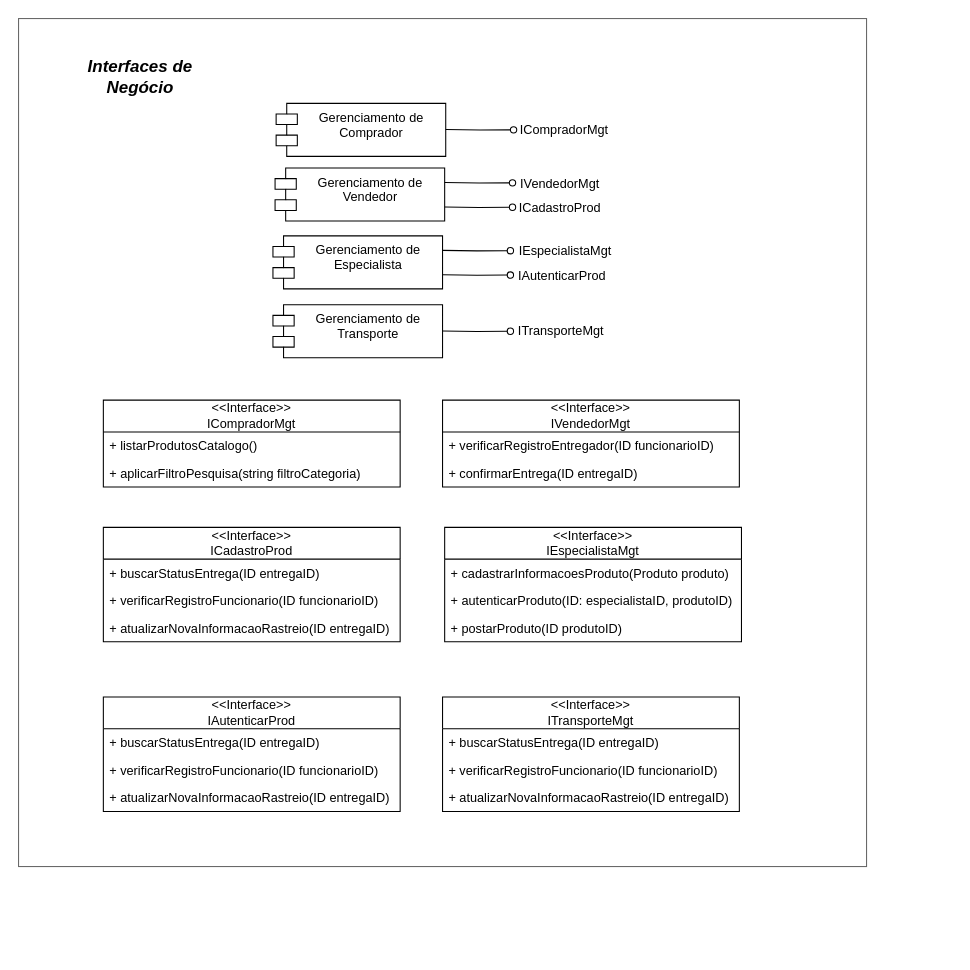
Earlier version of the draw.io diagram page "Operações das Interfaces de Negócio" (8 of 9) of DiagramasDeModelagem.drawio (luca-moraes/projetoCorintoModelagem). Source tidied: cells renumbered, new cells numbered last; positions are measured from the earlier drawing's top-left corner, leaving out a move shared by most shapes. Both pictures are drawn from the tidied source at 106%, with x=0, y=0 at pixel (18, 18).
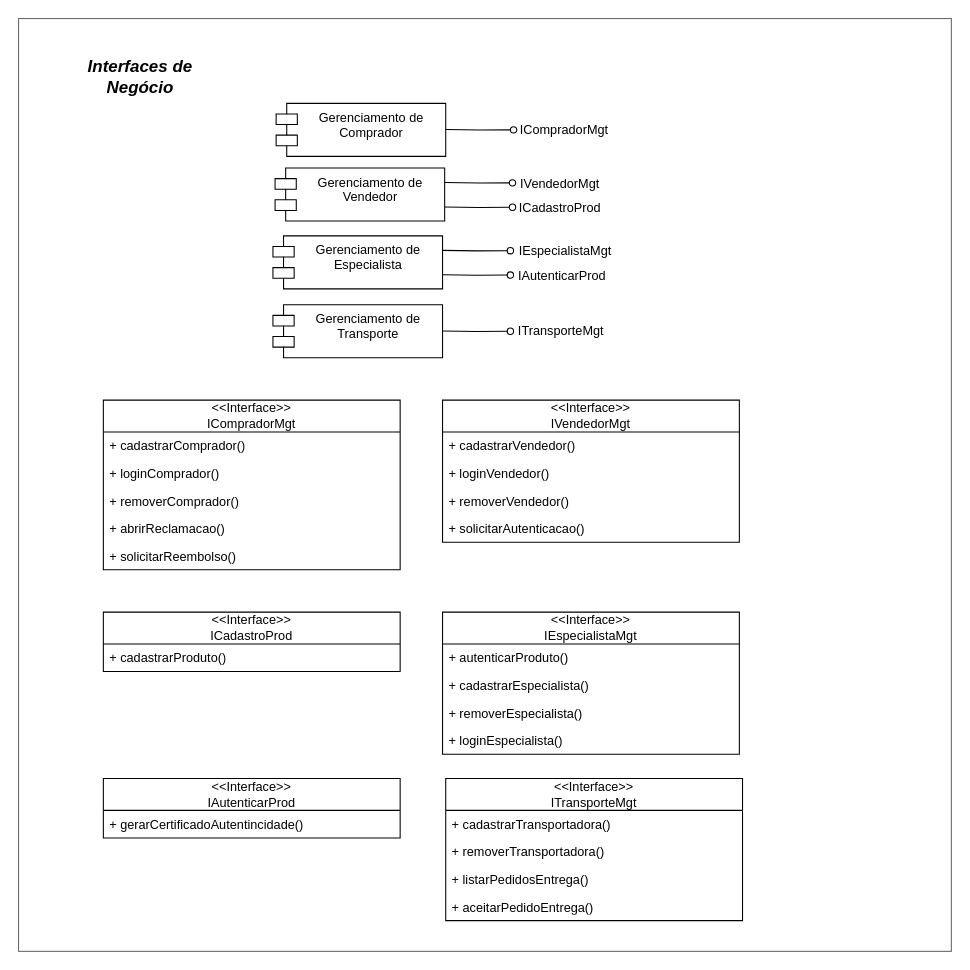
The same diagram, later.

What changed in the source:
```diff
@@
     <mxCell id="2" style="whiteSpace=wrap;html=1;opacity=60;" parent="1" vertex="1">
-      <mxGeometry width="800" height="800" as="geometry" />
+      <mxGeometry width="880" height="880" as="geometry" />
     </mxCell>
     <mxCell id="3" value="&amp;lt;&amp;lt;Interface&amp;gt;&amp;gt;&lt;br&gt;ICompradorMgt" style="swimlane;fontStyle=0;horizontal=1;startSize=30;fillColor=none;whiteSpace=wrap;html=1;" parent="1" vertex="1">
-      <mxGeometry x="80" y="360" width="280" height="82" as="geometry" />
+      <mxGeometry x="80" y="360" width="280" height="160" as="geometry" />
     </mxCell>
-    <mxCell id="4" value="+ listarProdutosCatalogo()" style="text;strokeColor=none;fillColor=none;align=left;verticalAlign=top;spacingLeft=4;spacingRight=4;overflow=hidden;whiteSpace=wrap;html=1;" parent="3" vertex="1">
+    <mxCell id="4" value="+ cadastrarComprador()" style="text;strokeColor=none;fillColor=none;align=left;verticalAlign=top;spacingLeft=4;spacingRight=4;overflow=hidden;whiteSpace=wrap;html=1;" parent="3" vertex="1">
       <mxGeometry y="30" width="280" height="26" as="geometry" />
     </mxCell>
-    <mxCell id="5" value="+ aplicarFiltroPesquisa(string filtroCategoria)" style="text;strokeColor=none;fillColor=none;align=left;verticalAlign=top;spacingLeft=4;spacingRight=4;overflow=hidden;whiteSpace=wrap;html=1;" parent="3" vertex="1">
+    <mxCell id="5" value="+ loginComprador()" style="text;strokeColor=none;fillColor=none;align=left;verticalAlign=top;spacingLeft=4;spacingRight=4;overflow=hidden;whiteSpace=wrap;html=1;" parent="3" vertex="1">
       <mxGeometry y="56" width="280" height="26" as="geometry" />
     </mxCell>
-    <mxCell id="6" value="&amp;lt;&amp;lt;Interface&amp;gt;&amp;gt;&lt;br&gt;IEspecialistaMgt" style="swimlane;fontStyle=0;horizontal=1;startSize=30;fillColor=none;whiteSpace=wrap;html=1;" parent="1" vertex="1">
-      <mxGeometry x="402" y="480" width="280" height="108" as="geometry" />
-    </mxCell>
-    <mxCell id="7" value="+ cadastrarInformacoesProduto(Produto produto)" style="text;strokeColor=none;fillColor=none;align=left;verticalAlign=top;spacingLeft=4;spacingRight=4;overflow=hidden;whiteSpace=wrap;html=1;" parent="6" vertex="1">
-      <mxGeometry y="30" width="280" height="26" as="geometry" />
-    </mxCell>
-    <mxCell id="8" value="+ autenticarProduto(ID: especialistaID, produtoID)&amp;nbsp;" style="text;strokeColor=none;fillColor=none;align=left;verticalAlign=top;spacingLeft=4;spacingRight=4;overflow=hidden;whiteSpace=wrap;html=1;" parent="6" vertex="1">
-      <mxGeometry y="56" width="280" height="26" as="geometry" />
-    </mxCell>
-    <mxCell id="9" value="+ postarProduto(ID produtoID)" style="text;strokeColor=none;fillColor=none;align=left;verticalAlign=top;spacingLeft=4;spacingRight=4;overflow=hidden;whiteSpace=wrap;html=1;" parent="6" vertex="1">
-      <mxGeometry y="82" width="280" height="26" as="geometry" />
-    </mxCell>
+    <mxCell id="42" value="+ removerComprador()" style="text;strokeColor=none;fillColor=none;align=left;verticalAlign=top;spacingLeft=4;spacingRight=4;overflow=hidden;whiteSpace=wrap;html=1;" parent="3" vertex="1">
+      <mxGeometry y="82" width="280" height="26" as="geometry" />
+    </mxCell>
+    <mxCell id="43" value="+ abrirReclamacao()" style="text;strokeColor=none;fillColor=none;align=left;verticalAlign=top;spacingLeft=4;spacingRight=4;overflow=hidden;whiteSpace=wrap;html=1;" parent="3" vertex="1">
+      <mxGeometry y="108" width="280" height="26" as="geometry" />
+    </mxCell>
+    <mxCell id="44" value="+ solicitarReembolso()" style="text;strokeColor=none;fillColor=none;align=left;verticalAlign=top;spacingLeft=4;spacingRight=4;overflow=hidden;whiteSpace=wrap;html=1;" parent="3" vertex="1">
+      <mxGeometry y="134" width="280" height="26" as="geometry" />
+    </mxCell>
     <mxCell id="10" value="&amp;lt;&amp;lt;Interface&amp;gt;&amp;gt;&lt;br&gt;ICadastroProd" style="swimlane;fontStyle=0;horizontal=1;startSize=30;fillColor=none;whiteSpace=wrap;html=1;" parent="1" vertex="1">
-      <mxGeometry x="80" y="480" width="280" height="108" as="geometry" />
+      <mxGeometry x="80" y="560" width="280" height="56" as="geometry" />
     </mxCell>
-    <mxCell id="11" value="+ buscarStatusEntrega(ID entregaID)" style="text;strokeColor=none;fillColor=none;align=left;verticalAlign=top;spacingLeft=4;spacingRight=4;overflow=hidden;whiteSpace=wrap;html=1;" parent="10" vertex="1">
+    <mxCell id="11" value="+ cadastrarProduto()" style="text;strokeColor=none;fillColor=none;align=left;verticalAlign=top;spacingLeft=4;spacingRight=4;overflow=hidden;whiteSpace=wrap;html=1;" parent="10" vertex="1">
       <mxGeometry y="30" width="280" height="26" as="geometry" />
     </mxCell>
-    <mxCell id="12" value="+ verificarRegistroFuncionario(ID funcionarioID)" style="text;strokeColor=none;fillColor=none;align=left;verticalAlign=top;spacingLeft=4;spacingRight=4;overflow=hidden;whiteSpace=wrap;html=1;" parent="10" vertex="1">
-      <mxGeometry y="56" width="280" height="26" as="geometry" />
-    </mxCell>
-    <mxCell id="13" value="+ atualizarNovaInformacaoRastreio(ID entregaID)" style="text;strokeColor=none;fillColor=none;align=left;verticalAlign=top;spacingLeft=4;spacingRight=4;overflow=hidden;whiteSpace=wrap;html=1;" parent="10" vertex="1">
-      <mxGeometry y="82" width="280" height="26" as="geometry" />
-    </mxCell>
     <mxCell id="14" value="&amp;lt;&amp;lt;Interface&amp;gt;&amp;gt;&lt;br&gt;IVendedorMgt" style="swimlane;fontStyle=0;horizontal=1;startSize=30;fillColor=none;whiteSpace=wrap;html=1;" parent="1" vertex="1">
-      <mxGeometry x="400" y="360" width="280" height="82" as="geometry" />
+      <mxGeometry x="400" y="360" width="280" height="134" as="geometry" />
     </mxCell>
-    <mxCell id="15" value="+ verificarRegistroEntregador(ID funcionarioID)" style="text;strokeColor=none;fillColor=none;align=left;verticalAlign=top;spacingLeft=4;spacingRight=4;overflow=hidden;whiteSpace=wrap;html=1;" parent="14" vertex="1">
+    <mxCell id="15" value="+ cadastrarVendedor()" style="text;strokeColor=none;fillColor=none;align=left;verticalAlign=top;spacingLeft=4;spacingRight=4;overflow=hidden;whiteSpace=wrap;html=1;" parent="14" vertex="1">
       <mxGeometry y="30" width="280" height="26" as="geometry" />
     </mxCell>
-    <mxCell id="16" value="+ confirmarEntrega(ID entregaID)" style="text;strokeColor=none;fillColor=none;align=left;verticalAlign=top;spacingLeft=4;spacingRight=4;overflow=hidden;whiteSpace=wrap;html=1;" parent="14" vertex="1">
+    <mxCell id="16" value="+ loginVendedor()" style="text;strokeColor=none;fillColor=none;align=left;verticalAlign=top;spacingLeft=4;spacingRight=4;overflow=hidden;whiteSpace=wrap;html=1;" parent="14" vertex="1">
       <mxGeometry y="56" width="280" height="26" as="geometry" />
     </mxCell>
+    <mxCell id="45" value="+ removerVendedor()" style="text;strokeColor=none;fillColor=none;align=left;verticalAlign=top;spacingLeft=4;spacingRight=4;overflow=hidden;whiteSpace=wrap;html=1;" parent="14" vertex="1">
+      <mxGeometry y="82" width="280" height="26" as="geometry" />
+    </mxCell>
+    <mxCell id="46" value="+ solicitarAutenticacao()" style="text;strokeColor=none;fillColor=none;align=left;verticalAlign=top;spacingLeft=4;spacingRight=4;overflow=hidden;whiteSpace=wrap;html=1;" parent="14" vertex="1">
+      <mxGeometry y="108" width="280" height="26" as="geometry" />
+    </mxCell>
@@
+    <mxCell id="6" value="&amp;lt;&amp;lt;Interface&amp;gt;&amp;gt;&lt;br&gt;IEspecialistaMgt" style="swimlane;fontStyle=0;horizontal=1;startSize=30;fillColor=none;whiteSpace=wrap;html=1;" parent="1" vertex="1">
+      <mxGeometry x="400" y="560" width="280" height="134" as="geometry" />
+    </mxCell>
+    <mxCell id="47" value="+ autenticarProduto()" style="text;strokeColor=none;fillColor=none;align=left;verticalAlign=top;spacingLeft=4;spacingRight=4;overflow=hidden;whiteSpace=wrap;html=1;" parent="6" vertex="1">
+      <mxGeometry y="30" width="280" height="26" as="geometry" />
+    </mxCell>
+    <mxCell id="48" value="+ cadastrarEspecialista()" style="text;strokeColor=none;fillColor=none;align=left;verticalAlign=top;spacingLeft=4;spacingRight=4;overflow=hidden;whiteSpace=wrap;html=1;" parent="6" vertex="1">
+      <mxGeometry y="56" width="280" height="26" as="geometry" />
+    </mxCell>
+    <mxCell id="49" value="+ removerEspecialista()" style="text;strokeColor=none;fillColor=none;align=left;verticalAlign=top;spacingLeft=4;spacingRight=4;overflow=hidden;whiteSpace=wrap;html=1;" parent="6" vertex="1">
+      <mxGeometry y="82" width="280" height="26" as="geometry" />
+    </mxCell>
+    <mxCell id="50" value="+ loginEspecialista()" style="text;strokeColor=none;fillColor=none;align=left;verticalAlign=top;spacingLeft=4;spacingRight=4;overflow=hidden;whiteSpace=wrap;html=1;" parent="6" vertex="1">
+      <mxGeometry y="108" width="280" height="26" as="geometry" />
+    </mxCell>
     <mxCell id="34" value="&amp;lt;&amp;lt;Interface&amp;gt;&amp;gt;&lt;br&gt;IAutenticarProd" style="swimlane;fontStyle=0;horizontal=1;startSize=30;fillColor=none;whiteSpace=wrap;html=1;" parent="1" vertex="1">
-      <mxGeometry x="80" y="640" width="280" height="108" as="geometry" />
+      <mxGeometry x="80" y="717" width="280" height="56" as="geometry" />
     </mxCell>
-    <mxCell id="35" value="+ buscarStatusEntrega(ID entregaID)" style="text;strokeColor=none;fillColor=none;align=left;verticalAlign=top;spacingLeft=4;spacingRight=4;overflow=hidden;whiteSpace=wrap;html=1;" parent="34" vertex="1">
-      <mxGeometry y="30" width="280" height="26" as="geometry" />
-    </mxCell>
-    <mxCell id="36" value="+ verificarRegistroFuncionario(ID funcionarioID)" style="text;strokeColor=none;fillColor=none;align=left;verticalAlign=top;spacingLeft=4;spacingRight=4;overflow=hidden;whiteSpace=wrap;html=1;" parent="34" vertex="1">
-      <mxGeometry y="56" width="280" height="26" as="geometry" />
-    </mxCell>
-    <mxCell id="37" value="+ atualizarNovaInformacaoRastreio(ID entregaID)" style="text;strokeColor=none;fillColor=none;align=left;verticalAlign=top;spacingLeft=4;spacingRight=4;overflow=hidden;whiteSpace=wrap;html=1;" parent="34" vertex="1">
-      <mxGeometry y="82" width="280" height="26" as="geometry" />
-    </mxCell>
+    <mxCell id="51" value="+&amp;nbsp;gerarCertificadoAutentincidade()" style="text;strokeColor=none;fillColor=none;align=left;verticalAlign=top;spacingLeft=4;spacingRight=4;overflow=hidden;whiteSpace=wrap;html=1;" parent="34" vertex="1">
+      <mxGeometry y="30" width="280" height="26" as="geometry" />
+    </mxCell>
     <mxCell id="38" value="&amp;lt;&amp;lt;Interface&amp;gt;&amp;gt;&lt;br&gt;ITransporteMgt" style="swimlane;fontStyle=0;horizontal=1;startSize=30;fillColor=none;whiteSpace=wrap;html=1;" parent="1" vertex="1">
-      <mxGeometry x="400" y="640" width="280" height="108" as="geometry" />
+      <mxGeometry x="403" y="717" width="280" height="134" as="geometry" />
     </mxCell>
-    <mxCell id="39" value="+ buscarStatusEntrega(ID entregaID)" style="text;strokeColor=none;fillColor=none;align=left;verticalAlign=top;spacingLeft=4;spacingRight=4;overflow=hidden;whiteSpace=wrap;html=1;" parent="38" vertex="1">
-      <mxGeometry y="30" width="280" height="26" as="geometry" />
-    </mxCell>
-    <mxCell id="40" value="+ verificarRegistroFuncionario(ID funcionarioID)" style="text;strokeColor=none;fillColor=none;align=left;verticalAlign=top;spacingLeft=4;spacingRight=4;overflow=hidden;whiteSpace=wrap;html=1;" parent="38" vertex="1">
-      <mxGeometry y="56" width="280" height="26" as="geometry" />
-    </mxCell>
-    <mxCell id="41" value="+ atualizarNovaInformacaoRastreio(ID entregaID)" style="text;strokeColor=none;fillColor=none;align=left;verticalAlign=top;spacingLeft=4;spacingRight=4;overflow=hidden;whiteSpace=wrap;html=1;" parent="38" vertex="1">
-      <mxGeometry y="82" width="280" height="26" as="geometry" />
-    </mxCell>
+    <mxCell id="52" value="+&amp;nbsp;cadastrarTransportadora()" style="text;strokeColor=none;fillColor=none;align=left;verticalAlign=top;spacingLeft=4;spacingRight=4;overflow=hidden;whiteSpace=wrap;html=1;" parent="38" vertex="1">
+      <mxGeometry y="30" width="280" height="26" as="geometry" />
+    </mxCell>
+    <mxCell id="53" value="+&amp;nbsp;removerTransportadora()" style="text;strokeColor=none;fillColor=none;align=left;verticalAlign=top;spacingLeft=4;spacingRight=4;overflow=hidden;whiteSpace=wrap;html=1;" parent="38" vertex="1">
+      <mxGeometry y="56" width="280" height="26" as="geometry" />
+    </mxCell>
+    <mxCell id="54" value="+ listarPedidosEntrega()" style="text;strokeColor=none;fillColor=none;align=left;verticalAlign=top;spacingLeft=4;spacingRight=4;overflow=hidden;whiteSpace=wrap;html=1;" parent="38" vertex="1">
+      <mxGeometry y="82" width="280" height="26" as="geometry" />
+    </mxCell>
+    <mxCell id="55" value="+ aceitarPedidoEntrega()" style="text;strokeColor=none;fillColor=none;align=left;verticalAlign=top;spacingLeft=4;spacingRight=4;overflow=hidden;whiteSpace=wrap;html=1;" parent="38" vertex="1">
+      <mxGeometry y="108" width="280" height="26" as="geometry" />
+    </mxCell>
```
